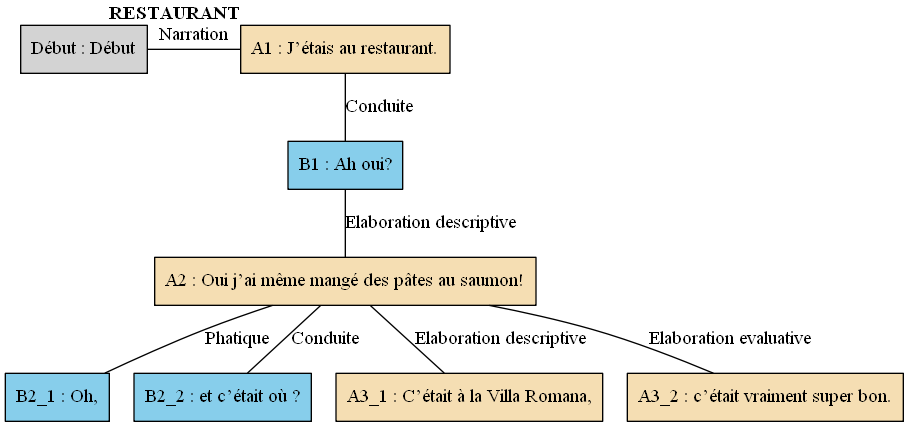
Above: arbres/Bac_a_sable/Bac_a_sable_-_A09.gv.png in AlaixComet/AnnotationSlamPTut (Graphviz), before the change. Its source is kept beside it as arbres/Bac_a_sable/Bac_a_sable_-_A09.gv.
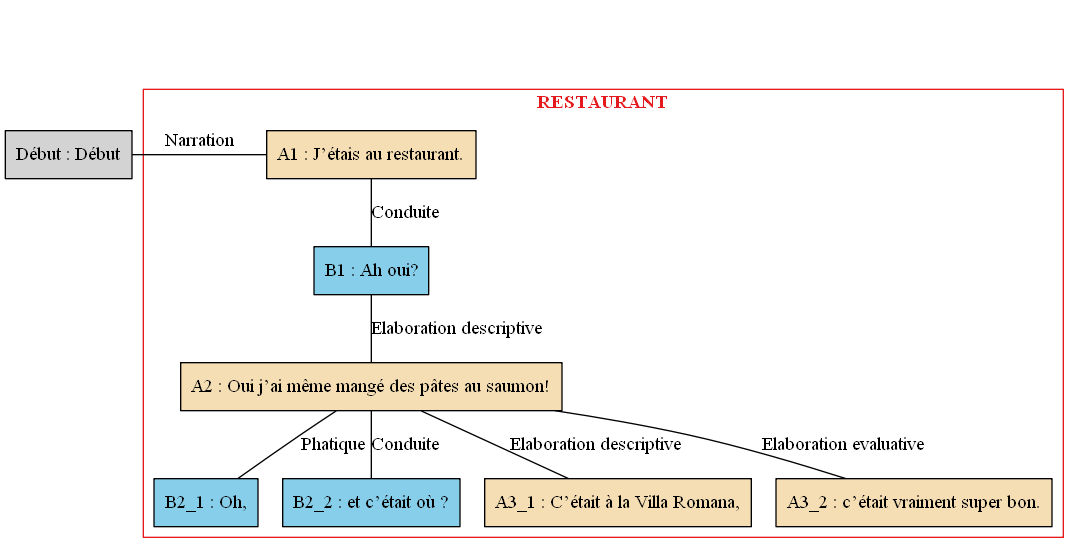
After the commit.

What changed in the source:
```diff
@@ -1,23 +1,35 @@
 digraph A09 {
 	node [shape=box style=filled]
-	"Début" [label="Début : Début" xlabel=""]
-	A1 [label="A1 : J’étais au restaurant." fillcolor=wheat xlabel=<<B>RESTAURANT</B>>]
-	B1 [label="B1 : Ah oui?" fillcolor=skyblue xlabel=""]
-	A2 [label="A2 : Oui j’ai même mangé des pâtes au saumon!" fillcolor=wheat xlabel=""]
-	B2_1 [label="B2_1 : Oh," fillcolor=skyblue xlabel=""]
-	B2_2 [label="B2_2 : et c’était où ?" fillcolor=skyblue xlabel=""]
-	A3_1 [label="A3_1 : C’était à la Villa Romana," fillcolor=wheat xlabel=""]
-	A3_2 [label="A3_2 : c’était vraiment super bon." fillcolor=wheat xlabel=""]
-	{
-		rank=same
-		"Début"
+	newrank=true
+	zero [style=invis]
+	"Début" [label="Début : Début"]
+	A1 [label="A1 : J’étais au restaurant." fillcolor=wheat]
+	B1 [label="B1 : Ah oui?" fillcolor=skyblue]
+	A2 [label="A2 : Oui j’ai même mangé des pâtes au saumon!" fillcolor=wheat]
+	B2_1 [label="B2_1 : Oh," fillcolor=skyblue]
+	B2_2 [label="B2_2 : et c’était où ?" fillcolor=skyblue]
+	A3_1 [label="A3_1 : C’était à la Villa Romana," fillcolor=wheat]
+	A3_2 [label="A3_2 : c’était vraiment super bon." fillcolor=wheat]
+	zero -> "Début" [label="" style=invis]
+	zero -> A1 [style=invis weight=1]
+	"Début" -> A1 [label=Narration constraint=false dir=none]
+	A1 -> B1 [label=Conduite dir=none weight=2]
+	B1 -> A2 [label="Elaboration descriptive" dir=none weight=2]
+	A2 -> B2_1 [label=Phatique dir=none weight=2]
+	A2 -> B2_2 [label=Conduite dir=none weight=2]
+	A2 -> A3_1 [label="Elaboration descriptive" dir=none weight=2]
+	A2 -> A3_2 [label="Elaboration evaluative" dir=none weight=2]
+	subgraph cluster_1 {
+		label=<<B>RESTAURANT</B>>
+		colorscheme=set19
+		color=1
+		fontcolor=1
 		A1
-		"Début" -> A1 [label=Narration dir=none]
+		B1
+		A2
+		B2_1
+		B2_2
+		A3_1
+		A3_2
 	}
-	A1 -> B1 [label=Conduite dir=none]
-	B1 -> A2 [label="Elaboration descriptive" dir=none]
-	A2 -> B2_1 [label=Phatique dir=none]
-	A2 -> B2_2 [label=Conduite dir=none]
-	A2 -> A3_1 [label="Elaboration descriptive" dir=none]
-	A2 -> A3_2 [label="Elaboration evaluative" dir=none]
 }
```
